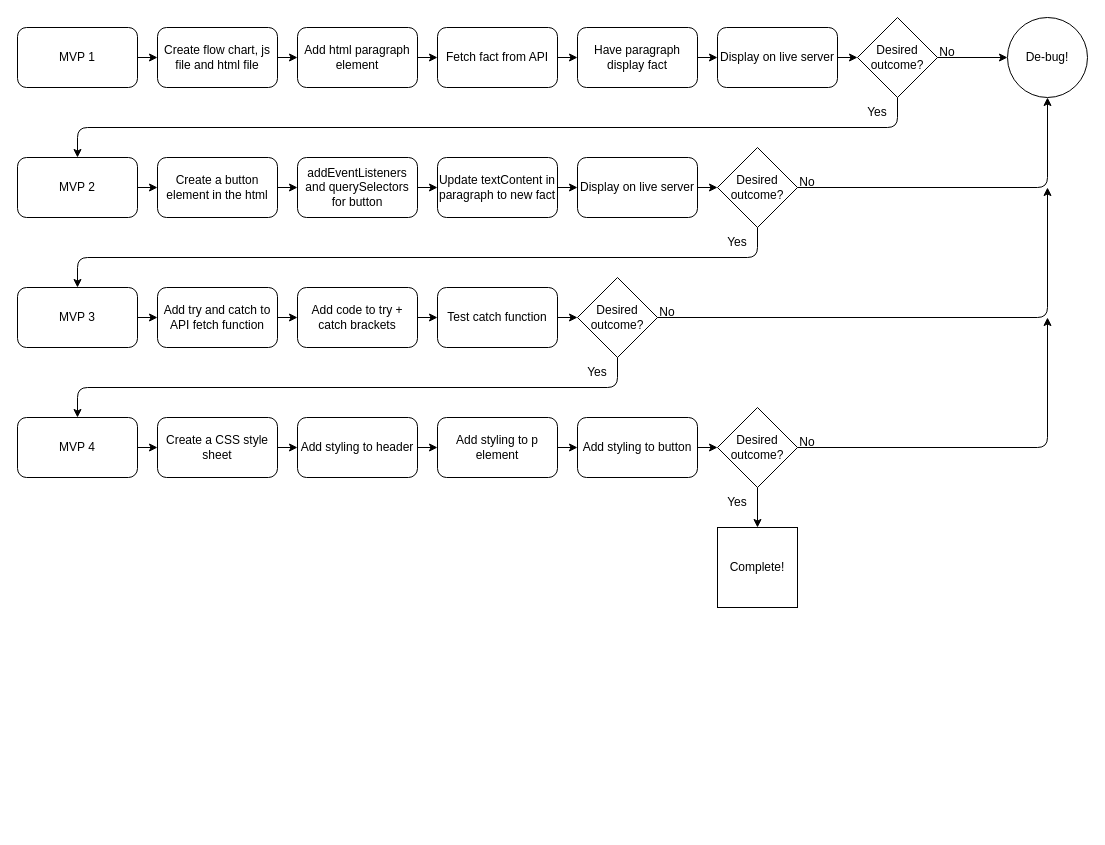
Above: flowchart.drawio in SchoolOfCode/week-3-hackathon-llt-13 (draw.io), before the change. Source tidied: cells renumbered, new cells numbered last; positions are measured from the earlier drawing's top-left corner, leaving out a move shared by most shapes. Both pictures are drawn from the tidied source at 100%, with x=0, y=0 at pixel (17, 17).
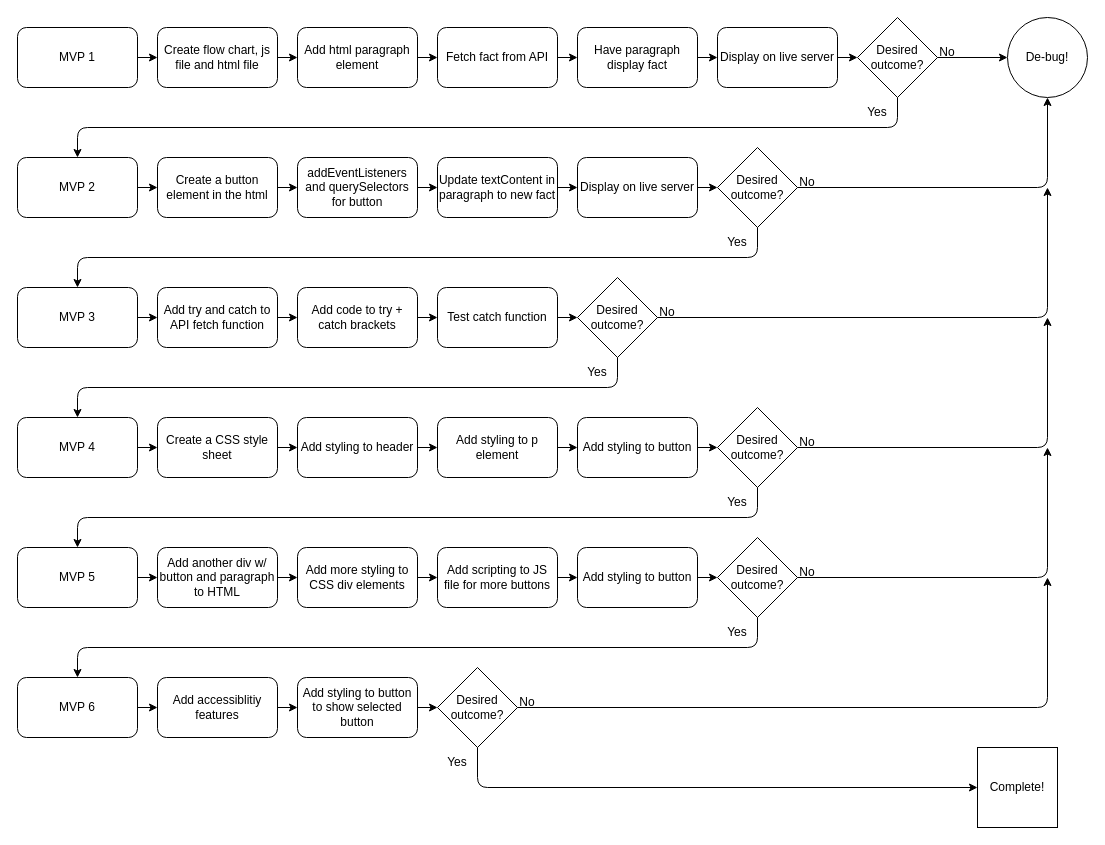
Above is the later version.

Commit message:
Update flowchart with new MVPs

The change refers to these unchanged cells:
```xml
<mxCell id="43" value="Desired outcome?" style="rhombus;whiteSpace=wrap;html=1;" parent="1" vertex="1">
  <mxGeometry x="560" y="260" width="80" height="80" as="geometry" />
</mxCell>
<mxCell id="49" value="MVP 4" style="rounded=1;whiteSpace=wrap;html=1;" parent="1" vertex="1">
  <mxGeometry y="400" width="120" height="60" as="geometry" />
</mxCell>
<mxCell id="51" value="Create a CSS style sheet" style="whiteSpace=wrap;html=1;rounded=1;" parent="1" vertex="1">
  <mxGeometry x="140" y="400" width="120" height="60" as="geometry" />
</mxCell>
<mxCell id="53" value="Add styling to header" style="whiteSpace=wrap;html=1;rounded=1;" parent="1" vertex="1">
  <mxGeometry x="280" y="400" width="120" height="60" as="geometry" />
</mxCell>
<mxCell id="57" value="Desired outcome?" style="rhombus;whiteSpace=wrap;html=1;" parent="1" vertex="1">
  <mxGeometry x="700" y="390" width="80" height="80" as="geometry" />
</mxCell>
```

Diff of the diagram source:
```diff
@@
     <mxCell id="47" value="Complete!" style="whiteSpace=wrap;html=1;" parent="1" vertex="1">
-      <mxGeometry x="700" y="510" width="80" height="80" as="geometry" />
+      <mxGeometry x="960" y="730" width="80" height="80" as="geometry" />
     </mxCell>
-    <mxCell id="48" style="edgeStyle=none;html=1;" parent="1" edge="1" source="49" target="51">
-      <mxGeometry relative="1" as="geometry" />
-    </mxCell>
+    <mxCell id="61" style="edgeStyle=none;html=1;exitX=0.5;exitY=1;exitDx=0;exitDy=0;" parent="1" edge="1" source="43">
+      <mxGeometry relative="1" as="geometry">
+        <mxPoint x="60" y="400" as="targetPoint" />
+        <Array as="points">
+          <mxPoint x="600" y="370" />
+          <mxPoint x="60" y="370" />
+        </Array>
+      </mxGeometry>
+    </mxCell>
+    <mxCell id="62" style="edgeStyle=none;html=1;exitX=0.333;exitY=0.667;exitDx=0;exitDy=0;exitPerimeter=0;" parent="1" edge="1">
+      <mxGeometry relative="1" as="geometry">
+        <mxPoint x="780" y="430" as="sourcePoint" />
+        <mxPoint x="1030" y="300" as="targetPoint" />
+        <Array as="points">
+          <mxPoint x="1030" y="430" />
+        </Array>
+      </mxGeometry>
+    </mxCell>
+    <mxCell id="63" style="edgeStyle=none;html=1;" parent="1" edge="1" source="49" target="51">
+      <mxGeometry relative="1" as="geometry" />
+    </mxCell>
@@
-    <mxCell id="52" style="edgeStyle=none;html=1;" parent="1" edge="1" source="53">
-      <mxGeometry relative="1" as="geometry">
-        <mxPoint x="420" y="430" as="targetPoint" />
-      </mxGeometry>
-    </mxCell>
+    <mxCell id="64" style="edgeStyle=none;html=1;" parent="1" edge="1" source="53">
+      <mxGeometry relative="1" as="geometry">
+        <mxPoint x="420" y="430" as="targetPoint" />
+      </mxGeometry>
+    </mxCell>
@@
-    <mxCell id="54" style="edgeStyle=none;html=1;" parent="1" edge="1">
-      <mxGeometry relative="1" as="geometry">
-        <mxPoint x="540" y="430" as="sourcePoint" />
-        <mxPoint x="560" y="430" as="targetPoint" />
-      </mxGeometry>
-    </mxCell>
+    <mxCell id="65" style="edgeStyle=none;html=1;" parent="1" edge="1">
+      <mxGeometry relative="1" as="geometry">
+        <mxPoint x="540" y="430" as="sourcePoint" />
+        <mxPoint x="560" y="430" as="targetPoint" />
+      </mxGeometry>
+    </mxCell>
@@
-    <mxCell id="59" style="edgeStyle=none;html=1;exitX=1;exitY=0.5;exitDx=0;exitDy=0;" parent="1" edge="1" target="57">
-      <mxGeometry relative="1" as="geometry">
-        <mxPoint x="680" y="430" as="sourcePoint" />
-      </mxGeometry>
-    </mxCell>
-    <mxCell id="60" style="edgeStyle=none;html=1;exitX=0.5;exitY=1;exitDx=0;exitDy=0;entryX=0.5;entryY=0;entryDx=0;entryDy=0;" parent="1" edge="1" source="57" target="47">
-      <mxGeometry relative="1" as="geometry" />
-    </mxCell>
-    <mxCell id="61" style="edgeStyle=none;html=1;exitX=0.5;exitY=1;exitDx=0;exitDy=0;" parent="1" edge="1" source="43">
-      <mxGeometry relative="1" as="geometry">
-        <mxPoint x="60" y="400" as="targetPoint" />
-        <Array as="points">
-          <mxPoint x="600" y="370" />
-          <mxPoint x="60" y="370" />
-        </Array>
-      </mxGeometry>
-    </mxCell>
-    <mxCell id="62" style="edgeStyle=none;html=1;exitX=0.333;exitY=0.667;exitDx=0;exitDy=0;exitPerimeter=0;" parent="1" edge="1">
-      <mxGeometry relative="1" as="geometry">
-        <mxPoint x="780" y="430" as="sourcePoint" />
-        <mxPoint x="1030" y="300" as="targetPoint" />
-        <Array as="points">
-          <mxPoint x="1030" y="430" />
-        </Array>
-      </mxGeometry>
-    </mxCell>
-    <mxCell id="63" value="No" style="text;html=1;strokeColor=none;fillColor=none;align=center;verticalAlign=middle;whiteSpace=wrap;rounded=0;" parent="1" vertex="1">
-      <mxGeometry x="760" y="410" width="60" height="30" as="geometry" />
-    </mxCell>
+    <mxCell id="66" style="edgeStyle=none;html=1;exitX=1;exitY=0.5;exitDx=0;exitDy=0;" parent="1" edge="1" target="57">
+      <mxGeometry relative="1" as="geometry">
+        <mxPoint x="680" y="430" as="sourcePoint" />
+      </mxGeometry>
+    </mxCell>
+    <mxCell id="67" value="No" style="text;html=1;strokeColor=none;fillColor=none;align=center;verticalAlign=middle;whiteSpace=wrap;rounded=0;" parent="1" vertex="1">
+      <mxGeometry x="760" y="410" width="60" height="30" as="geometry" />
+    </mxCell>
+    <mxCell id="68" style="edgeStyle=none;html=1;" parent="1" edge="1" source="69" target="71">
+      <mxGeometry relative="1" as="geometry" />
+    </mxCell>
+    <mxCell id="69" value="MVP 5" style="rounded=1;whiteSpace=wrap;html=1;" parent="1" vertex="1">
+      <mxGeometry y="530" width="120" height="60" as="geometry" />
+    </mxCell>
+    <mxCell id="70" style="edgeStyle=none;html=1;" parent="1" edge="1" source="71" target="73">
+      <mxGeometry relative="1" as="geometry" />
+    </mxCell>
+    <mxCell id="71" value="Add another div w/ button and paragraph to HTML" style="whiteSpace=wrap;html=1;rounded=1;" parent="1" vertex="1">
+      <mxGeometry x="140" y="530" width="120" height="60" as="geometry" />
+    </mxCell>
+    <mxCell id="72" style="edgeStyle=none;html=1;" parent="1" edge="1" source="73">
+      <mxGeometry relative="1" as="geometry">
+        <mxPoint x="420" y="560" as="targetPoint" />
+      </mxGeometry>
+    </mxCell>
+    <mxCell id="73" value="Add more styling to CSS div elements" style="whiteSpace=wrap;html=1;rounded=1;" parent="1" vertex="1">
+      <mxGeometry x="280" y="530" width="120" height="60" as="geometry" />
+    </mxCell>
+    <mxCell id="74" style="edgeStyle=none;html=1;" parent="1" edge="1">
+      <mxGeometry relative="1" as="geometry">
+        <mxPoint x="540" y="560" as="sourcePoint" />
+        <mxPoint x="560" y="560" as="targetPoint" />
+      </mxGeometry>
+    </mxCell>
+    <mxCell id="75" value="Add styling to button" style="whiteSpace=wrap;html=1;rounded=1;" parent="1" vertex="1">
+      <mxGeometry x="560" y="530" width="120" height="60" as="geometry" />
+    </mxCell>
+    <mxCell id="76" value="Add scripting to JS file for more buttons" style="whiteSpace=wrap;html=1;rounded=1;" parent="1" vertex="1">
+      <mxGeometry x="420" y="530" width="120" height="60" as="geometry" />
+    </mxCell>
+    <mxCell id="77" value="Desired outcome?" style="rhombus;whiteSpace=wrap;html=1;" parent="1" vertex="1">
+      <mxGeometry x="700" y="520" width="80" height="80" as="geometry" />
+    </mxCell>
+    <mxCell id="78" value="Yes" style="text;html=1;strokeColor=none;fillColor=none;align=center;verticalAlign=middle;whiteSpace=wrap;rounded=0;" parent="1" vertex="1">
+      <mxGeometry x="690" y="600" width="60" height="30" as="geometry" />
+    </mxCell>
+    <mxCell id="79" style="edgeStyle=none;html=1;exitX=1;exitY=0.5;exitDx=0;exitDy=0;" parent="1" edge="1" target="77">
+      <mxGeometry relative="1" as="geometry">
+        <mxPoint x="680" y="560" as="sourcePoint" />
+      </mxGeometry>
+    </mxCell>
+    <mxCell id="80" value="No" style="text;html=1;strokeColor=none;fillColor=none;align=center;verticalAlign=middle;whiteSpace=wrap;rounded=0;" parent="1" vertex="1">
+      <mxGeometry x="760" y="540" width="60" height="30" as="geometry" />
+    </mxCell>
+    <mxCell id="81" style="edgeStyle=none;html=1;exitX=0.5;exitY=1;exitDx=0;exitDy=0;" parent="1" edge="1">
+      <mxGeometry relative="1" as="geometry">
+        <mxPoint x="740" y="470" as="sourcePoint" />
+        <mxPoint x="60" y="530" as="targetPoint" />
+        <Array as="points">
+          <mxPoint x="740" y="500" />
+          <mxPoint x="60" y="500" />
+        </Array>
+      </mxGeometry>
+    </mxCell>
+    <mxCell id="82" style="edgeStyle=none;html=1;" parent="1" edge="1" source="83" target="85">
+      <mxGeometry relative="1" as="geometry" />
+    </mxCell>
+    <mxCell id="83" value="MVP 6" style="rounded=1;whiteSpace=wrap;html=1;" parent="1" vertex="1">
+      <mxGeometry y="660" width="120" height="60" as="geometry" />
+    </mxCell>
+    <mxCell id="84" style="edgeStyle=none;html=1;" parent="1" edge="1" source="85" target="87">
+      <mxGeometry relative="1" as="geometry" />
+    </mxCell>
+    <mxCell id="85" value="Add accessiblitiy features" style="whiteSpace=wrap;html=1;rounded=1;" parent="1" vertex="1">
+      <mxGeometry x="140" y="660" width="120" height="60" as="geometry" />
+    </mxCell>
+    <mxCell id="86" style="edgeStyle=none;html=1;" parent="1" edge="1" source="87">
+      <mxGeometry relative="1" as="geometry">
+        <mxPoint x="420" y="690" as="targetPoint" />
+      </mxGeometry>
+    </mxCell>
+    <mxCell id="87" value="Add styling to button to show selected button" style="whiteSpace=wrap;html=1;rounded=1;" parent="1" vertex="1">
+      <mxGeometry x="280" y="660" width="120" height="60" as="geometry" />
+    </mxCell>
+    <mxCell id="88" value="Desired outcome?" style="rhombus;whiteSpace=wrap;html=1;" parent="1" vertex="1">
+      <mxGeometry x="420" y="650" width="80" height="80" as="geometry" />
+    </mxCell>
+    <mxCell id="89" value="Yes" style="text;html=1;strokeColor=none;fillColor=none;align=center;verticalAlign=middle;whiteSpace=wrap;rounded=0;" parent="1" vertex="1">
+      <mxGeometry x="410" y="730" width="60" height="30" as="geometry" />
+    </mxCell>
+    <mxCell id="90" value="No" style="text;html=1;strokeColor=none;fillColor=none;align=center;verticalAlign=middle;whiteSpace=wrap;rounded=0;" parent="1" vertex="1">
+      <mxGeometry x="480" y="670" width="60" height="30" as="geometry" />
+    </mxCell>
+    <mxCell id="91" style="edgeStyle=none;html=1;exitX=0.5;exitY=1;exitDx=0;exitDy=0;" parent="1" edge="1">
+      <mxGeometry relative="1" as="geometry">
+        <mxPoint x="740" y="600" as="sourcePoint" />
+        <mxPoint x="60" y="660" as="targetPoint" />
+        <Array as="points">
+          <mxPoint x="740" y="630" />
+          <mxPoint x="60" y="630" />
+        </Array>
+      </mxGeometry>
+    </mxCell>
+    <mxCell id="92" style="edgeStyle=none;html=1;exitX=0.333;exitY=0.667;exitDx=0;exitDy=0;exitPerimeter=0;" parent="1" edge="1">
+      <mxGeometry relative="1" as="geometry">
+        <mxPoint x="780" y="560" as="sourcePoint" />
+        <mxPoint x="1030" y="430" as="targetPoint" />
+        <Array as="points">
+          <mxPoint x="1030" y="560" />
+        </Array>
+      </mxGeometry>
+    </mxCell>
+    <mxCell id="93" style="edgeStyle=none;html=1;" parent="1" edge="1" source="88">
+      <mxGeometry relative="1" as="geometry">
+        <mxPoint x="1030" y="560" as="targetPoint" />
+        <Array as="points">
+          <mxPoint x="1030" y="690" />
+        </Array>
+      </mxGeometry>
+    </mxCell>
+    <mxCell id="94" style="edgeStyle=none;html=1;exitX=0.5;exitY=1;exitDx=0;exitDy=0;entryX=0;entryY=0.5;entryDx=0;entryDy=0;" parent="1" edge="1" source="88" target="47">
+      <mxGeometry relative="1" as="geometry">
+        <Array as="points">
+          <mxPoint x="460" y="770" />
+        </Array>
+      </mxGeometry>
+    </mxCell>
```
